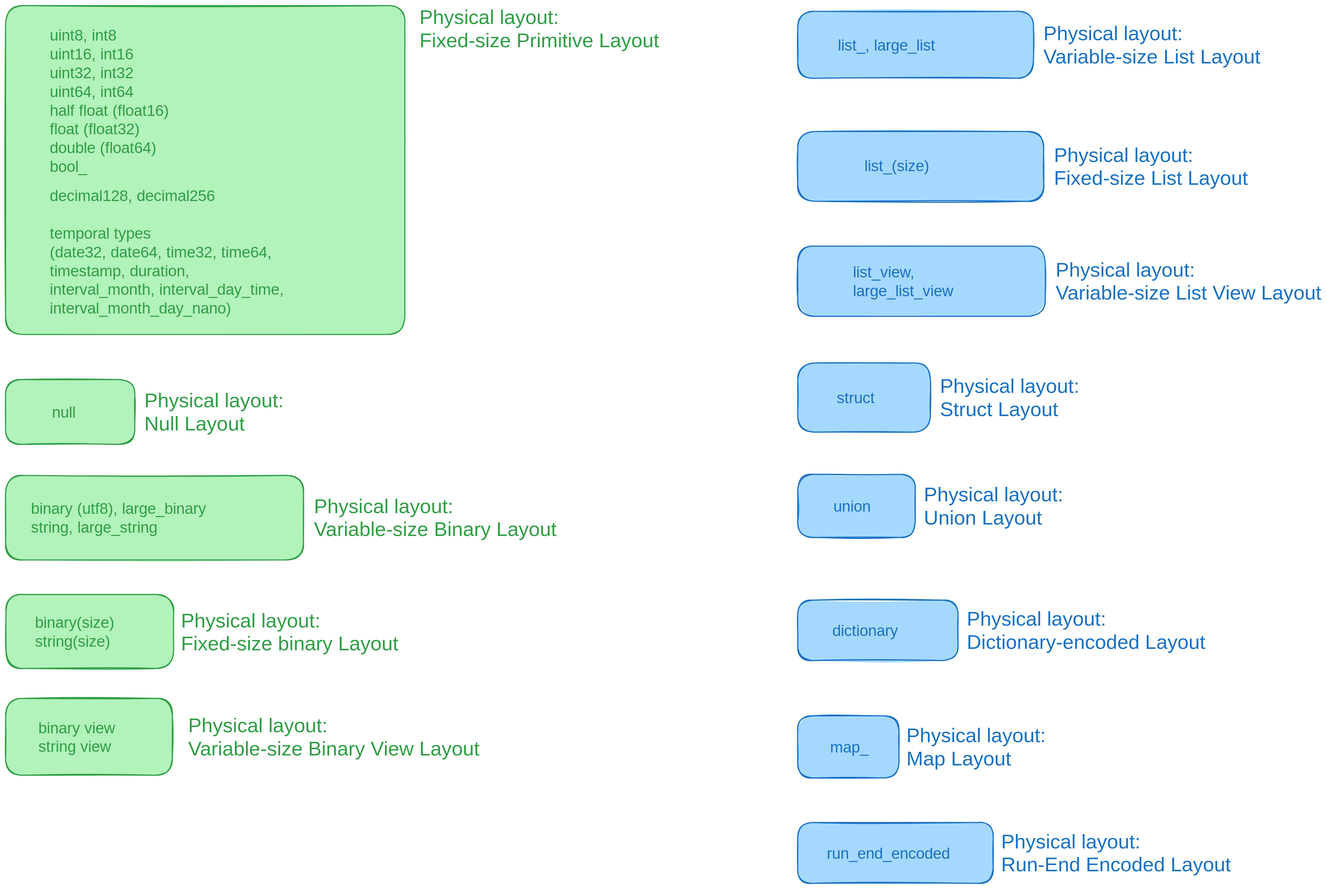
Before: diagrams/all-types.svg, a diagram exported from Excalidraw (voltrondata-labs/2024-arrow-format-tutorial). Source tidied: one line per element, renumbered; positions are measured from the earlier drawing's top-left corner, leaving out a move shared by most shapes.
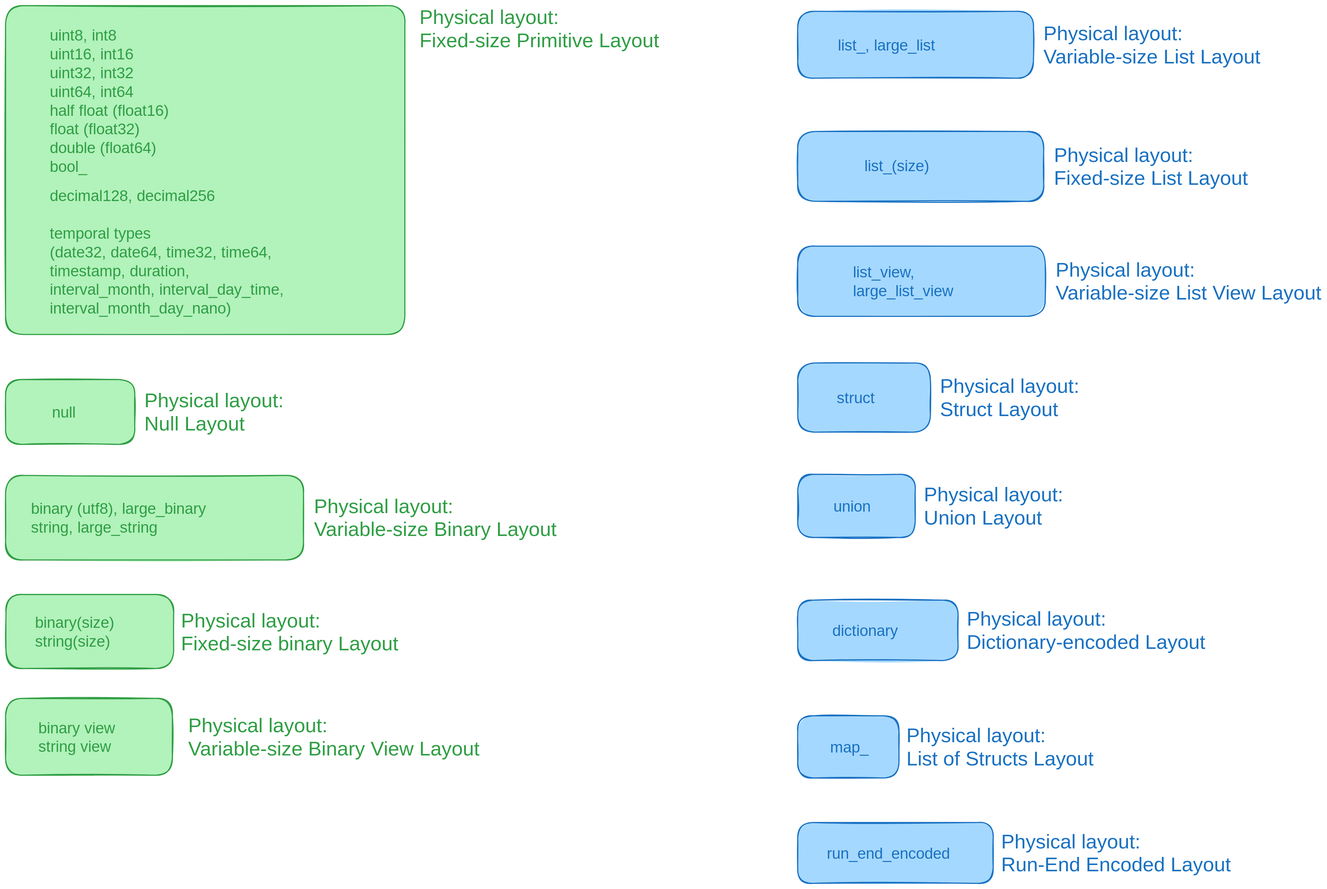
After the commit.

What changed in the source:
```diff
@@ -30,7 +30,7 @@
 {"id": 29, "type": "text", "text": "Physical layout:\nDictionary-encoded Layout", "strokeColor": "#1971c2", "backgroundColor": "#a5d8ff", "fillStyle": "solid", "strokeWidth": 2, "roughness": 1, "fontSize": 36, "fontFamily": 2, "x": 1725, "y": 1079, "width": 428, "height": 83}
 {"id": 30, "type": "text", "text": "dictionary", "strokeColor": "#1971c2", "backgroundColor": "#a5d8ff", "fillStyle": "hachure", "strokeWidth": 1, "strokeStyle": "dotted", "roughness": 2, "fontSize": 28, "fontFamily": 3, "x": 1483, "y": 1103, "width": 164, "height": 34}
 {"id": 31, "type": "rectangle", "strokeColor": "#1971c2", "backgroundColor": "#a5d8ff", "fillStyle": "solid", "strokeWidth": 2, "roughness": 1, "round": true, "x": 1422, "y": 1273, "width": 182, "height": 112}
-{"id": 32, "type": "text", "text": "Physical layout:\nMap Layout", "strokeColor": "#1971c2", "backgroundColor": "#a5d8ff", "fillStyle": "solid", "strokeWidth": 2, "roughness": 1, "fontSize": 36, "fontFamily": 2, "x": 1617, "y": 1288, "width": 250, "height": 83}
+{"id": 32, "type": "text", "text": "Physical layout:\nList of Structs Layout", "strokeColor": "#1971c2", "backgroundColor": "#a5d8ff", "fillStyle": "solid", "strokeWidth": 2, "roughness": 1, "fontSize": 36, "fontFamily": 2, "x": 1617, "y": 1288, "width": 336, "height": 83}
 {"id": 33, "type": "text", "text": "map_", "strokeColor": "#1971c2", "backgroundColor": "#a5d8ff", "fillStyle": "hachure", "strokeWidth": 1, "strokeStyle": "dotted", "roughness": 2, "fontSize": 28, "fontFamily": 3, "x": 1480, "y": 1312, "width": 66, "height": 34}
 {"id": 34, "type": "rectangle", "strokeColor": "#1971c2", "backgroundColor": "#a5d8ff", "fillStyle": "solid", "strokeWidth": 2, "roughness": 1, "round": true, "x": 1422, "y": 840, "width": 211, "height": 113}
 {"id": 35, "type": "text", "text": "Physical layout:\nUnion Layout", "strokeColor": "#1971c2", "backgroundColor": "#a5d8ff", "fillStyle": "solid", "strokeWidth": 2, "roughness": 1, "fontSize": 36, "fontFamily": 2, "x": 1648, "y": 856, "width": 250, "height": 83}
```
